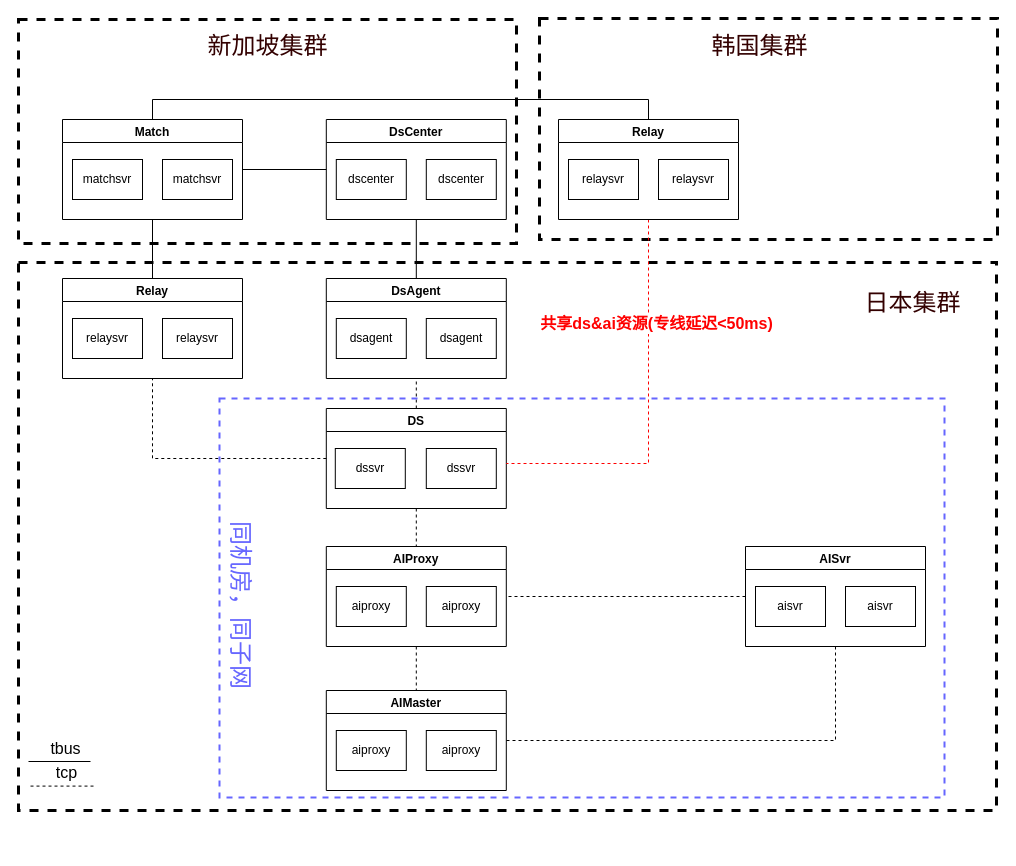
This is page "NISHIKI AI架构2022" (4 of 23) of NISHIKI架构.drawio from Memoryss/NISHIKI, a draw.io file, before an edit. Source tidied: cells renumbered, new cells numbered last; positions are measured from the earlier drawing's top-left corner, leaving out a move shared by most shapes. Both pictures are drawn from the tidied source at 100%, with x=0, y=0 at pixel (18, 18).
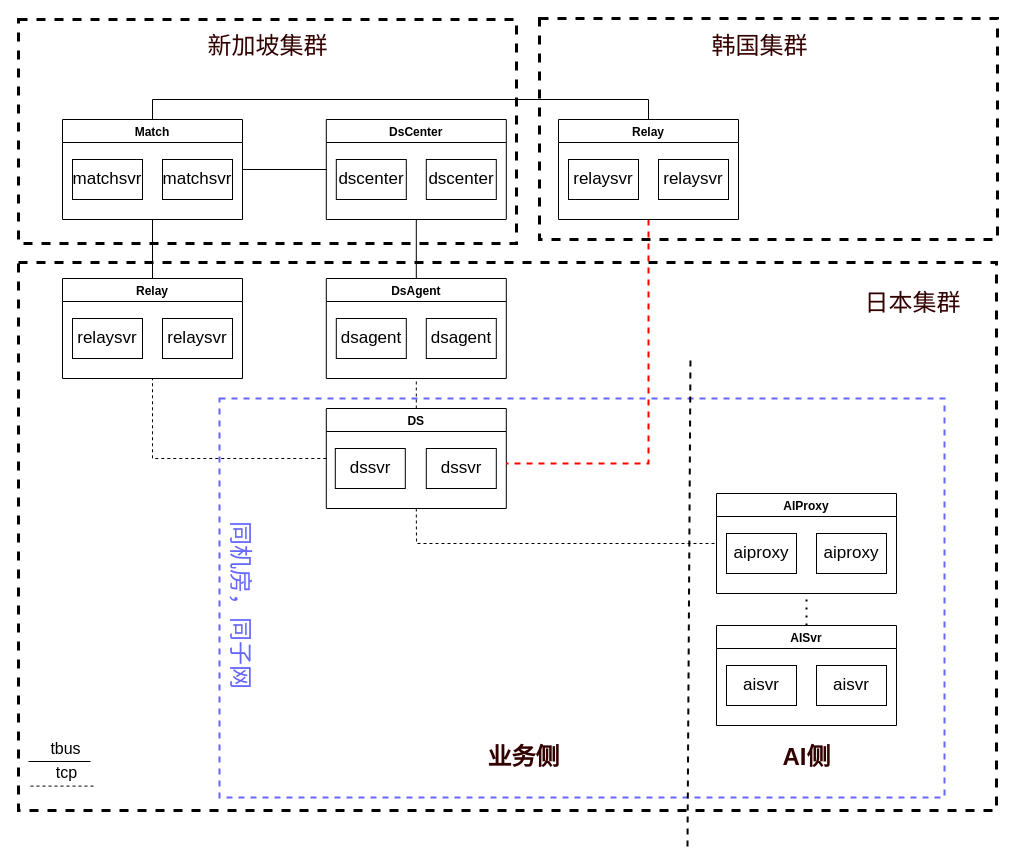
The same diagram, later.

The change refers to these unchanged cells:
```xml
<mxCell id="14" value="Match" style="swimlane;" parent="1" vertex="1">
  <mxGeometry x="44" y="101" width="180" height="100" as="geometry" />
</mxCell>
<mxCell id="17" value="DsAgent" style="swimlane;" parent="1" vertex="1">
  <mxGeometry x="307.8" y="260" width="180" height="100" as="geometry" />
</mxCell>
<mxCell id="21" value="Relay" style="swimlane;" parent="1" vertex="1">
  <mxGeometry x="44" y="260" width="180" height="100" as="geometry" />
</mxCell>
<mxCell id="24" value="DS" style="swimlane;" parent="1" vertex="1">
  <mxGeometry x="307.8" y="390" width="180" height="100" as="geometry" />
</mxCell>
<mxCell id="33" value="DsCenter" style="swimlane;" parent="1" vertex="1">
  <mxGeometry x="307.8" y="101" width="180" height="100" as="geometry" />
</mxCell>
<mxCell id="42" value="Relay" style="swimlane;" parent="1" vertex="1">
  <mxGeometry x="540" y="101" width="180" height="100" as="geometry" />
</mxCell>
```

What changed in the source:
```diff
@@
+    <mxCell id="47" style="rounded=0;whiteSpace=wrap;html=1;dashed=1;strokeWidth=2;fillColor=none;strokeColor=#6666FF;" parent="1" vertex="1">
+      <mxGeometry x="201" y="380" width="725" height="399" as="geometry" />
+    </mxCell>
@@
-    <mxCell id="4" style="edgeStyle=orthogonalEdgeStyle;rounded=0;jettySize=auto;html=1;exitX=0.5;exitY=1;exitDx=0;exitDy=0;entryX=0.5;entryY=0;entryDx=0;entryDy=0;endArrow=none;endFill=0;dashed=1;" parent="1" edge="1" source="5" target="36">
-      <mxGeometry relative="1" as="geometry" />
-    </mxCell>
     <mxCell id="5" value="AIProxy" style="swimlane;" parent="1" vertex="1">
-      <mxGeometry x="307.8" y="528" width="180" height="100" as="geometry" />
+      <mxGeometry x="698" y="475" width="180" height="100" as="geometry" />
     </mxCell>
-    <mxCell id="6" value="aiproxy" style="whiteSpace=wrap;html=1;" parent="5" vertex="1">
+    <mxCell id="6" value="aiproxy" style="whiteSpace=wrap;html=1;fontSize=17;" parent="5" vertex="1">
       <mxGeometry x="10" y="40" width="70" height="40" as="geometry" />
     </mxCell>
-    <mxCell id="7" value="aiproxy" style="whiteSpace=wrap;html=1;" parent="5" vertex="1">
+    <mxCell id="7" value="aiproxy" style="whiteSpace=wrap;html=1;fontSize=17;" parent="5" vertex="1">
       <mxGeometry x="100" y="40" width="70" height="40" as="geometry" />
     </mxCell>
-    <mxCell id="8" style="edgeStyle=orthogonalEdgeStyle;rounded=0;jettySize=auto;html=1;exitX=0.5;exitY=1;exitDx=0;exitDy=0;entryX=1;entryY=0.5;entryDx=0;entryDy=0;endArrow=none;endFill=0;dashed=1;" parent="1" edge="1" source="9" target="36">
-      <mxGeometry relative="1" as="geometry" />
-    </mxCell>
     <mxCell id="9" value="AISvr" style="swimlane;" parent="1" vertex="1">
-      <mxGeometry x="727" y="528" width="180" height="100" as="geometry" />
+      <mxGeometry x="698" y="607" width="180" height="100" as="geometry" />
     </mxCell>
-    <mxCell id="10" value="aisvr" style="whiteSpace=wrap;html=1;" parent="9" vertex="1">
+    <mxCell id="10" value="aisvr" style="whiteSpace=wrap;html=1;fontSize=17;" parent="9" vertex="1">
       <mxGeometry x="10" y="40" width="70" height="40" as="geometry" />
     </mxCell>
-    <mxCell id="11" value="aisvr" style="whiteSpace=wrap;html=1;" parent="9" vertex="1">
+    <mxCell id="11" value="aisvr" style="whiteSpace=wrap;html=1;fontSize=17;" parent="9" vertex="1">
       <mxGeometry x="100" y="40" width="70" height="40" as="geometry" />
     </mxCell>
@@
-    <mxCell id="15" value="matchsvr" style="whiteSpace=wrap;html=1;" parent="14" vertex="1">
+    <mxCell id="15" value="matchsvr" style="whiteSpace=wrap;html=1;fontSize=17;" parent="14" vertex="1">
       <mxGeometry x="10" y="40" width="70" height="40" as="geometry" />
     </mxCell>
-    <mxCell id="16" value="matchsvr" style="whiteSpace=wrap;html=1;" parent="14" vertex="1">
+    <mxCell id="16" value="matchsvr" style="whiteSpace=wrap;html=1;fontSize=17;" parent="14" vertex="1">
       <mxGeometry x="100" y="40" width="70" height="40" as="geometry" />
     </mxCell>
@@
-    <mxCell id="18" value="dsagent" style="whiteSpace=wrap;html=1;" parent="17" vertex="1">
+    <mxCell id="18" value="dsagent" style="whiteSpace=wrap;html=1;fontSize=17;" parent="17" vertex="1">
       <mxGeometry x="100" y="40" width="70" height="40" as="geometry" />
     </mxCell>
-    <mxCell id="19" value="dsagent" style="whiteSpace=wrap;html=1;" parent="17" vertex="1">
+    <mxCell id="19" value="dsagent" style="whiteSpace=wrap;html=1;fontSize=17;" parent="17" vertex="1">
       <mxGeometry x="10" y="40" width="70" height="40" as="geometry" />
     </mxCell>
@@
-    <mxCell id="22" value="relaysvr" style="whiteSpace=wrap;html=1;" parent="21" vertex="1">
+    <mxCell id="22" value="relaysvr" style="whiteSpace=wrap;html=1;fontSize=17;" parent="21" vertex="1">
       <mxGeometry x="10" y="40" width="70" height="40" as="geometry" />
     </mxCell>
-    <mxCell id="23" value="relaysvr" style="whiteSpace=wrap;html=1;" parent="21" vertex="1">
+    <mxCell id="23" value="relaysvr" style="whiteSpace=wrap;html=1;fontSize=17;" parent="21" vertex="1">
       <mxGeometry x="100" y="40" width="70" height="40" as="geometry" />
     </mxCell>
@@
-    <mxCell id="25" value="dssvr" style="whiteSpace=wrap;html=1;" parent="24" vertex="1">
+    <mxCell id="25" value="dssvr" style="whiteSpace=wrap;html=1;fontSize=17;" parent="24" vertex="1">
       <mxGeometry x="9" y="40" width="70" height="40" as="geometry" />
     </mxCell>
-    <mxCell id="26" value="dssvr" style="whiteSpace=wrap;html=1;" parent="24" vertex="1">
+    <mxCell id="26" value="dssvr" style="whiteSpace=wrap;html=1;fontSize=17;" parent="24" vertex="1">
       <mxGeometry x="100" y="40" width="70" height="40" as="geometry" />
     </mxCell>
@@
-    <mxCell id="28" style="endArrow=none;dashed=1;html=1;rounded=0;exitX=0.5;exitY=1;exitDx=0;exitDy=0;" parent="1" edge="1" source="24" target="5">
-      <mxGeometry relative="1" as="geometry" />
-    </mxCell>
-    <mxCell id="29" style="endArrow=none;html=1;rounded=0;entryX=1;entryY=0.5;entryDx=0;entryDy=0;exitX=0;exitY=0.5;exitDx=0;exitDy=0;dashed=1;" parent="1" edge="1" source="9" target="5">
-      <mxGeometry relative="1" as="geometry" />
-    </mxCell>
@@
-    <mxCell id="34" value="dscenter" style="whiteSpace=wrap;html=1;" parent="33" vertex="1">
+    <mxCell id="34" value="dscenter" style="whiteSpace=wrap;html=1;fontSize=17;" parent="33" vertex="1">
       <mxGeometry x="10" y="40" width="70" height="40" as="geometry" />
     </mxCell>
-    <mxCell id="35" value="dscenter" style="whiteSpace=wrap;html=1;" parent="33" vertex="1">
+    <mxCell id="35" value="dscenter" style="whiteSpace=wrap;html=1;fontSize=17;" parent="33" vertex="1">
       <mxGeometry x="100" y="40" width="70" height="40" as="geometry" />
     </mxCell>
-    <mxCell id="36" value="AIMaster" style="swimlane;" parent="1" vertex="1">
-      <mxGeometry x="307.8" y="672" width="180" height="100" as="geometry" />
-    </mxCell>
-    <mxCell id="37" value="aiproxy" style="whiteSpace=wrap;html=1;" parent="36" vertex="1">
-      <mxGeometry x="10" y="40" width="70" height="40" as="geometry" />
-    </mxCell>
-    <mxCell id="38" value="aiproxy" style="whiteSpace=wrap;html=1;" parent="36" vertex="1">
-      <mxGeometry x="100" y="40" width="70" height="40" as="geometry" />
-    </mxCell>
@@
-    <mxCell id="41" style="edgeStyle=orthogonalEdgeStyle;rounded=0;jettySize=auto;html=1;exitX=0.5;exitY=1;exitDx=0;exitDy=0;endArrow=none;endFill=0;dashed=1;strokeColor=#FF0000;" parent="1" edge="1" source="42" target="24">
+    <mxCell id="41" style="edgeStyle=orthogonalEdgeStyle;rounded=0;jettySize=auto;html=1;exitX=0.5;exitY=1;exitDx=0;exitDy=0;endArrow=none;endFill=0;dashed=1;strokeColor=#FF0000;strokeWidth=2;" parent="1" edge="1" source="42" target="24">
       <mxGeometry relative="1" as="geometry">
         <Array as="points">
           <mxPoint x="630" y="445" />
         </Array>
       </mxGeometry>
     </mxCell>
@@
-    <mxCell id="43" value="relaysvr" style="whiteSpace=wrap;html=1;" parent="42" vertex="1">
+    <mxCell id="43" value="relaysvr" style="whiteSpace=wrap;html=1;fontSize=17;" parent="42" vertex="1">
       <mxGeometry x="10" y="40" width="70" height="40" as="geometry" />
     </mxCell>
-    <mxCell id="44" value="relaysvr" style="whiteSpace=wrap;html=1;" parent="42" vertex="1">
+    <mxCell id="44" value="relaysvr" style="whiteSpace=wrap;html=1;fontSize=17;" parent="42" vertex="1">
       <mxGeometry x="100" y="40" width="70" height="40" as="geometry" />
     </mxCell>
@@
-    <mxCell id="46" value="&lt;font size=&quot;1&quot;&gt;&lt;b style=&quot;font-size: 16px;&quot;&gt;共享ds&amp;amp;ai资源(专线延迟&amp;lt;50ms)&lt;/b&gt;&lt;/font&gt;" style="text;html=1;align=center;verticalAlign=middle;strokeColor=none;fillColor=none;fontSize=18;fontColor=#FF0000;labelBackgroundColor=default;" parent="1" vertex="1">
-      <mxGeometry x="512" y="288" width="251" height="34" as="geometry" />
-    </mxCell>
-    <mxCell id="47" style="rounded=0;whiteSpace=wrap;html=1;dashed=1;strokeWidth=2;fillColor=none;strokeColor=#6666FF;" parent="1" vertex="1">
-      <mxGeometry x="201" y="380" width="725" height="399" as="geometry" />
-    </mxCell>
@@
+    <mxCell id="29" style="endArrow=none;dashed=1;html=1;dashPattern=1 3;strokeWidth=2;rounded=0;fontSize=19;fontColor=#000000;entryX=0.5;entryY=1;entryDx=0;entryDy=0;" parent="1" edge="1" source="9" target="5">
+      <mxGeometry relative="1" as="geometry" />
+    </mxCell>
+    <mxCell id="28" style="endArrow=none;dashed=1;html=1;rounded=0;exitX=0.5;exitY=1;exitDx=0;exitDy=0;" parent="1" edge="1" source="24" target="5">
+      <mxGeometry relative="1" as="geometry">
+        <Array as="points">
+          <mxPoint x="398" y="525" />
+        </Array>
+      </mxGeometry>
+    </mxCell>
+    <mxCell id="53" style="endArrow=none;dashed=1;html=1;rounded=0;fontSize=18;fontColor=#FF0000;strokeWidth=2;" parent="1" edge="1">
+      <mxGeometry relative="1" as="geometry">
+        <mxPoint x="669" y="828" as="sourcePoint" />
+        <mxPoint x="672" y="336" as="targetPoint" />
+      </mxGeometry>
+    </mxCell>
+    <mxCell id="54" value="&lt;b&gt;&lt;font style=&quot;font-size: 24px&quot; color=&quot;#330000&quot;&gt;业务侧&lt;/font&gt;&lt;/b&gt;" style="text;html=1;align=center;verticalAlign=middle;strokeColor=none;fillColor=none;fontSize=18;fontColor=#FF0000;" parent="1" vertex="1">
+      <mxGeometry x="460" y="724" width="90" height="30" as="geometry" />
+    </mxCell>
+    <mxCell id="55" value="&lt;b&gt;&lt;font style=&quot;font-size: 24px&quot; color=&quot;#330000&quot;&gt;AI侧&lt;/font&gt;&lt;/b&gt;" style="text;html=1;align=center;verticalAlign=middle;strokeColor=none;fillColor=none;fontSize=18;fontColor=#FF0000;" parent="1" vertex="1">
+      <mxGeometry x="758" y="724" width="60" height="30" as="geometry" />
+    </mxCell>
```
